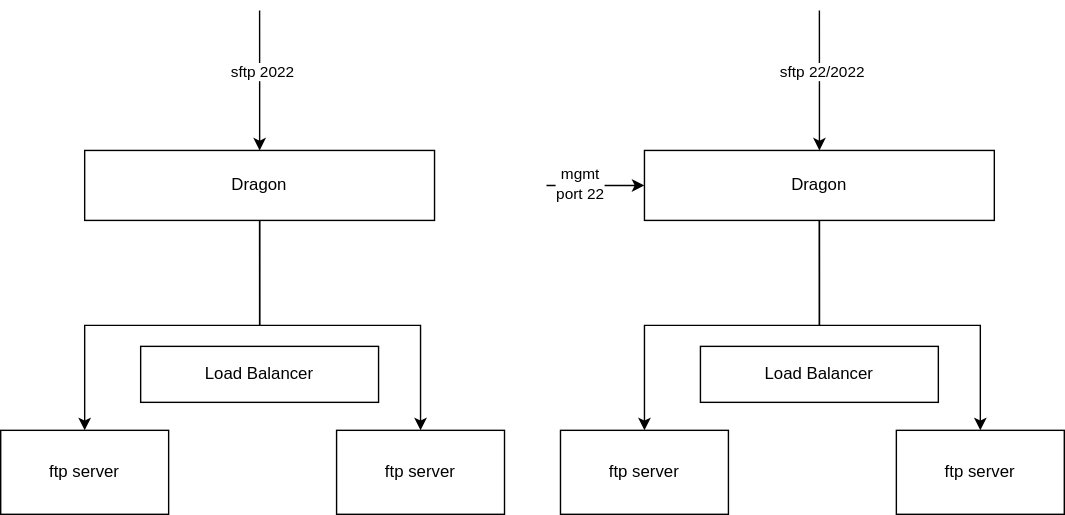
Before: ftpport22.svg, a diagram exported from draw.io (vjavle/invoicecloud). Source tidied: cells renumbered, new cells last; positions are measured from the earlier drawing's top-left corner, leaving out a move shared by most shapes.
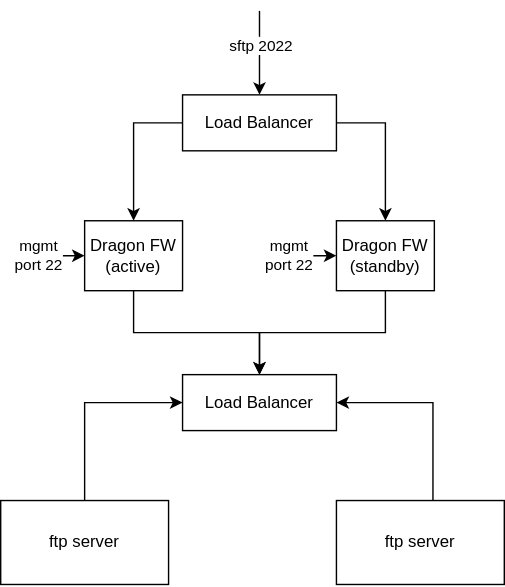
Above is the later version.

Change to the diagram source:
```diff
@@ -2,73 +2,65 @@
   <root>
     <mxCell id="0" />
     <mxCell id="1" parent="0" />
-    <mxCell id="2" style="edgeStyle=orthogonalEdgeStyle;rounded=0;jettySize=auto;html=1;endArrow=none;endFill=0;startArrow=classic;startFill=1;" parent="1" edge="1" source="5">
-      <mxGeometry relative="1" as="geometry">
-        <mxPoint x="185" as="targetPoint" />
-        <Array as="points">
-          <mxPoint x="185" y="50" />
-          <mxPoint x="185" y="50" />
-        </Array>
-      </mxGeometry>
-    </mxCell>
-    <mxCell id="3" value="sftp 2022" style="edgeLabel;html=1;align=center;verticalAlign=middle;" parent="2" vertex="1">
-      <mxGeometry x="0.13" y="-2" relative="1" as="geometry" />
-    </mxCell>
-    <mxCell id="4" style="edgeStyle=orthogonalEdgeStyle;rounded=0;jettySize=auto;html=1;startArrow=none;startFill=0;endArrow=classic;endFill=1;" parent="1" edge="1" source="5" target="6">
-      <mxGeometry relative="1" as="geometry" />
-    </mxCell>
+    <mxCell id="20" style="edgeStyle=orthogonalEdgeStyle;rounded=0;jettySize=auto;html=1;startArrow=none;startFill=0;endArrow=classic;endFill=1;" parent="1" edge="1" source="5" target="9">
+      <mxGeometry relative="1" as="geometry" />
+    </mxCell>
+    <mxCell id="21" style="edgeStyle=orthogonalEdgeStyle;rounded=0;jettySize=auto;html=1;startArrow=classic;startFill=1;endArrow=none;endFill=0;" parent="1" edge="1" source="5">
+      <mxGeometry relative="1" as="geometry">
+        <mxPoint x="10" y="125" as="targetPoint" />
+      </mxGeometry>
+    </mxCell>
+    <mxCell id="22" value="mgmt&lt;br&gt;port 22" style="edgeLabel;html=1;align=center;verticalAlign=middle;" parent="21" vertex="1">
+      <mxGeometry x="0.32" relative="1" as="geometry" />
+    </mxCell>
-    <mxCell id="5" value="Dragon" style="rounded=0;whiteSpace=wrap;html=1;" parent="1" vertex="1">
-      <mxGeometry x="60" y="100" width="250" height="50" as="geometry" />
+    <mxCell id="5" value="Dragon FW&lt;br&gt;(active)" style="rounded=0;whiteSpace=wrap;html=1;" parent="1" vertex="1">
+      <mxGeometry x="60" y="100" width="70" height="50" as="geometry" />
     </mxCell>
     <mxCell id="6" value="ftp server" style="rounded=0;whiteSpace=wrap;html=1;" parent="1" vertex="1">
       <mxGeometry y="300" width="120" height="60" as="geometry" />
     </mxCell>
-    <mxCell id="7" style="edgeStyle=orthogonalEdgeStyle;rounded=0;jettySize=auto;html=1;entryX=0.5;entryY=1;entryDx=0;entryDy=0;startArrow=classic;startFill=1;endArrow=none;endFill=0;" parent="1" edge="1" source="8" target="5">
-      <mxGeometry relative="1" as="geometry" />
-    </mxCell>
     <mxCell id="8" value="ftp server" style="rounded=0;whiteSpace=wrap;html=1;" parent="1" vertex="1">
       <mxGeometry x="240" y="300" width="120" height="60" as="geometry" />
     </mxCell>
+    <mxCell id="23" style="edgeStyle=orthogonalEdgeStyle;rounded=0;jettySize=auto;html=1;entryX=0.575;entryY=0.006;entryDx=0;entryDy=0;entryPerimeter=0;startArrow=classic;startFill=1;endArrow=none;endFill=0;exitX=1;exitY=0.5;exitDx=0;exitDy=0;" parent="1" edge="1" source="9" target="8">
+      <mxGeometry relative="1" as="geometry" />
+    </mxCell>
+    <mxCell id="24" style="edgeStyle=orthogonalEdgeStyle;rounded=0;jettySize=auto;html=1;startArrow=classic;startFill=1;endArrow=none;endFill=0;" parent="1" edge="1" source="9" target="6">
+      <mxGeometry relative="1" as="geometry" />
+    </mxCell>
     <mxCell id="9" value="Load Balancer" style="rounded=0;whiteSpace=wrap;html=1;" parent="1" vertex="1">
-      <mxGeometry x="100" y="240" width="170" height="40" as="geometry" />
+      <mxGeometry x="130" y="210" width="110" height="40" as="geometry" />
     </mxCell>
-    <mxCell id="10" style="edgeStyle=orthogonalEdgeStyle;rounded=0;jettySize=auto;html=1;endArrow=none;endFill=0;startArrow=classic;startFill=1;" parent="1" edge="1" source="15">
-      <mxGeometry relative="1" as="geometry">
-        <mxPoint x="585" as="targetPoint" />
-        <Array as="points">
-          <mxPoint x="585" y="50" />
-          <mxPoint x="585" y="50" />
-        </Array>
-      </mxGeometry>
-    </mxCell>
-    <mxCell id="11" value="sftp 22/2022" style="edgeLabel;html=1;align=center;verticalAlign=middle;" parent="10" vertex="1">
-      <mxGeometry x="0.13" y="-2" relative="1" as="geometry" />
-    </mxCell>
-    <mxCell id="12" style="edgeStyle=orthogonalEdgeStyle;rounded=0;jettySize=auto;html=1;startArrow=none;startFill=0;endArrow=classic;endFill=1;" parent="1" edge="1" source="15" target="16">
-      <mxGeometry relative="1" as="geometry" />
-    </mxCell>
-    <mxCell id="13" style="edgeStyle=orthogonalEdgeStyle;rounded=0;jettySize=auto;html=1;startArrow=classic;startFill=1;endArrow=none;endFill=0;" parent="1" edge="1" source="15">
-      <mxGeometry relative="1" as="geometry">
-        <mxPoint x="390" y="125" as="targetPoint" />
-      </mxGeometry>
-    </mxCell>
-    <mxCell id="14" value="mgmt&lt;br&gt;port 22" style="edgeLabel;html=1;align=center;verticalAlign=middle;" parent="13" vertex="1">
-      <mxGeometry x="0.32" y="-1" relative="1" as="geometry" />
-    </mxCell>
-    <mxCell id="15" value="Dragon" style="rounded=0;whiteSpace=wrap;html=1;" parent="1" vertex="1">
-      <mxGeometry x="460" y="100" width="250" height="50" as="geometry" />
-    </mxCell>
-    <mxCell id="16" value="ftp server" style="rounded=0;whiteSpace=wrap;html=1;" parent="1" vertex="1">
-      <mxGeometry x="400" y="300" width="120" height="60" as="geometry" />
-    </mxCell>
-    <mxCell id="17" style="edgeStyle=orthogonalEdgeStyle;rounded=0;jettySize=auto;html=1;entryX=0.5;entryY=1;entryDx=0;entryDy=0;startArrow=classic;startFill=1;endArrow=none;endFill=0;" parent="1" edge="1" source="18" target="15">
-      <mxGeometry relative="1" as="geometry" />
-    </mxCell>
-    <mxCell id="18" value="ftp server" style="rounded=0;whiteSpace=wrap;html=1;" parent="1" vertex="1">
-      <mxGeometry x="640" y="300" width="120" height="60" as="geometry" />
-    </mxCell>
+    <mxCell id="25" style="edgeStyle=orthogonalEdgeStyle;rounded=0;jettySize=auto;html=1;entryX=0.5;entryY=0;entryDx=0;entryDy=0;startArrow=none;startFill=0;endArrow=classic;endFill=1;exitX=0;exitY=0.5;exitDx=0;exitDy=0;" parent="1" edge="1" source="19" target="5">
+      <mxGeometry relative="1" as="geometry" />
+    </mxCell>
+    <mxCell id="26" style="edgeStyle=orthogonalEdgeStyle;rounded=0;jettySize=auto;html=1;startArrow=none;startFill=0;endArrow=classic;endFill=1;exitX=1;exitY=0.5;exitDx=0;exitDy=0;" parent="1" edge="1" source="19" target="31">
+      <mxGeometry relative="1" as="geometry" />
+    </mxCell>
+    <mxCell id="27" style="edgeStyle=orthogonalEdgeStyle;rounded=0;jettySize=auto;html=1;startArrow=classic;startFill=1;endArrow=none;endFill=0;" parent="1" edge="1" source="19">
+      <mxGeometry relative="1" as="geometry">
+        <mxPoint x="185" y="-50" as="targetPoint" />
+      </mxGeometry>
+    </mxCell>
+    <mxCell id="3" value="sftp 2022" style="edgeLabel;html=1;align=center;verticalAlign=middle;" parent="27" vertex="1">
+      <mxGeometry x="0.17" y="-1" relative="1" as="geometry" />
+    </mxCell>
     <mxCell id="19" value="Load Balancer" style="rounded=0;whiteSpace=wrap;html=1;" parent="1" vertex="1">
-      <mxGeometry x="500" y="240" width="170" height="40" as="geometry" />
+      <mxGeometry x="130" y="10" width="110" height="40" as="geometry" />
     </mxCell>
+    <mxCell id="28" style="edgeStyle=orthogonalEdgeStyle;rounded=0;jettySize=auto;html=1;startArrow=none;startFill=0;endArrow=classic;endFill=1;" parent="1" edge="1" source="31" target="9">
+      <mxGeometry relative="1" as="geometry" />
+    </mxCell>
+    <mxCell id="29" style="edgeStyle=orthogonalEdgeStyle;rounded=0;jettySize=auto;html=1;startArrow=classic;startFill=1;endArrow=none;endFill=0;" parent="1" edge="1" source="31">
+      <mxGeometry relative="1" as="geometry">
+        <mxPoint x="200" y="125" as="targetPoint" />
+      </mxGeometry>
+    </mxCell>
+    <mxCell id="30" value="mgmt&lt;br&gt;port 22" style="edgeLabel;html=1;align=center;verticalAlign=middle;" parent="29" vertex="1">
+      <mxGeometry x="0.72" relative="1" as="geometry" />
+    </mxCell>
+    <mxCell id="31" value="Dragon FW&lt;br&gt;(standby)" style="rounded=0;whiteSpace=wrap;html=1;" parent="1" vertex="1">
+      <mxGeometry x="240" y="100" width="70" height="50" as="geometry" />
+    </mxCell>
   </root>
 </mxGraphModel>
```
